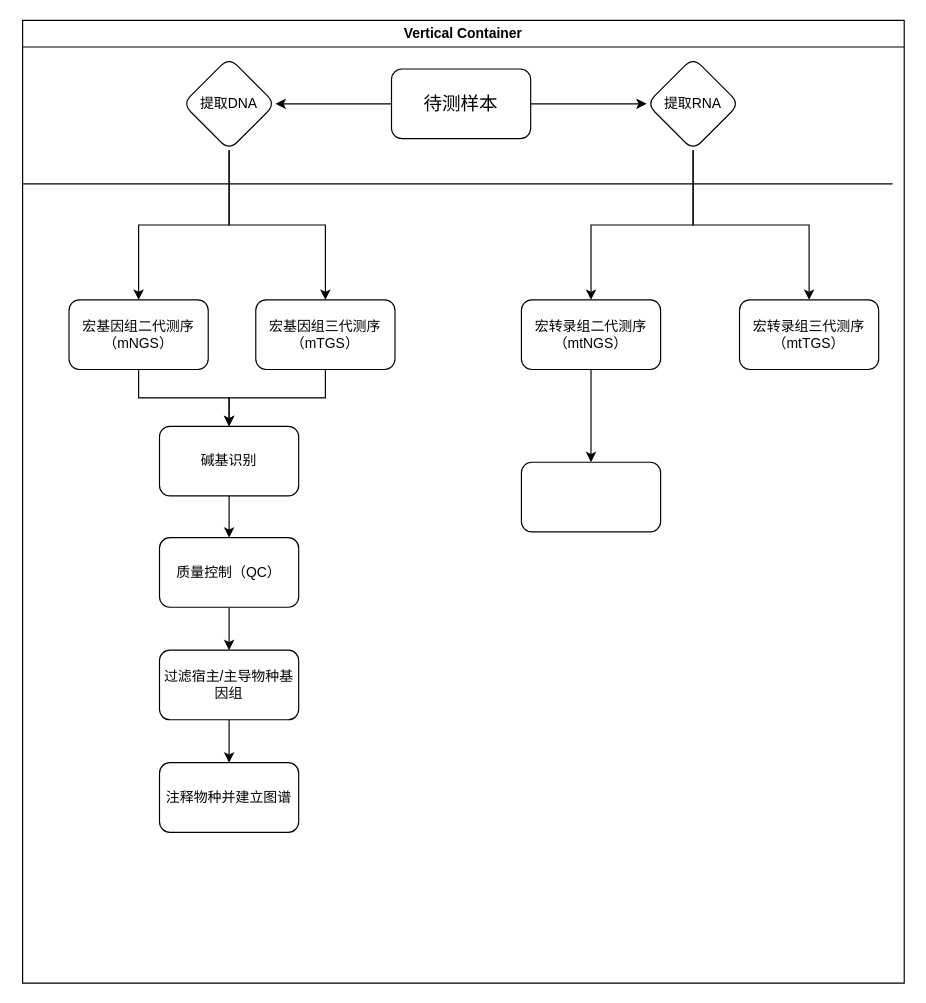
Earlier version of the draw.io diagram selective.seq.workflow.drawio (HoshinoKyouna/Github). Source tidied: cells renumbered, new cells numbered last; positions are measured from the earlier drawing's top-left corner, leaving out a move shared by most shapes. Both pictures are drawn from the tidied source at 116%, with x=0, y=0 at pixel (22, 20).
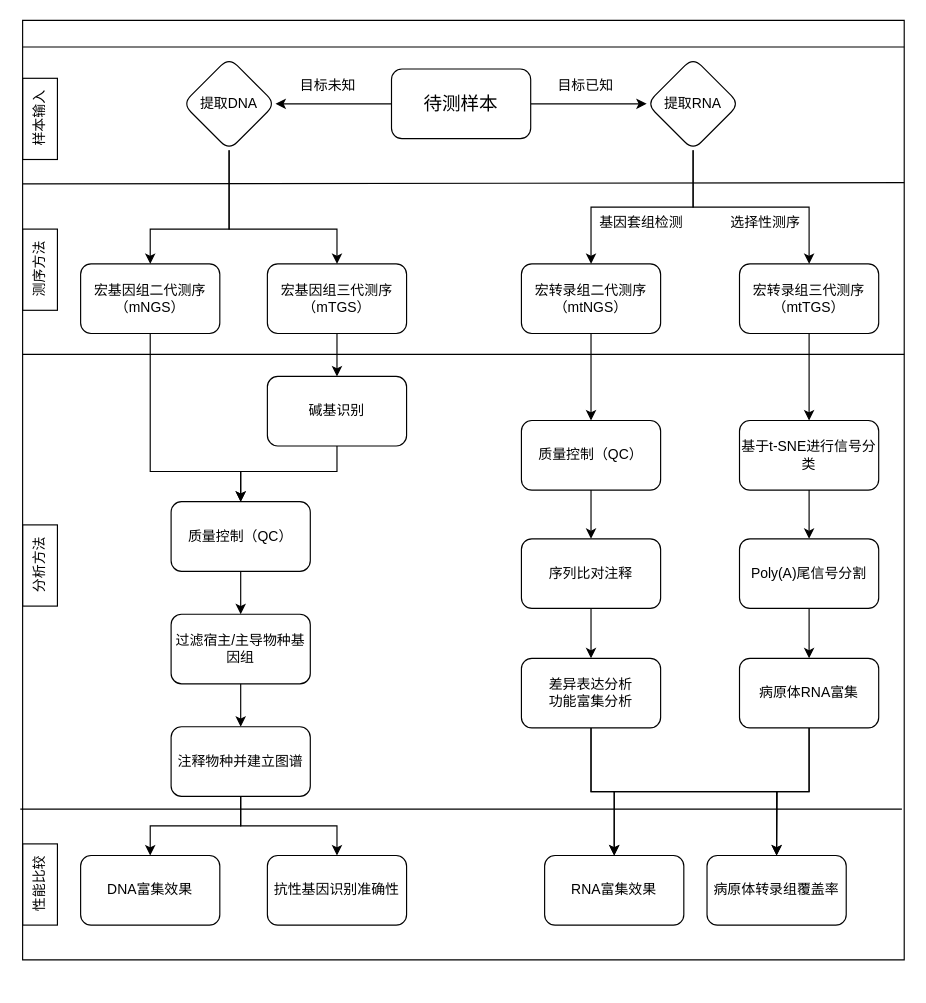
The same page after the edit.

Unchanged cells that the change refers to:
```xml
<mxCell id="8" value="&lt;span style=&quot;text-wrap: nowrap;&quot;&gt;提取DNA&lt;/span&gt;" style="rhombus;whiteSpace=wrap;html=1;rounded=1;" parent="2" vertex="1">
  <mxGeometry x="138" y="32" width="80" height="80" as="geometry" />
</mxCell>
```

Diff of the diagram source:
```diff
@@
-    <mxCell id="2" value="Vertical Container" style="swimlane;whiteSpace=wrap;html=1;" parent="1" vertex="1">
-      <mxGeometry width="760" height="830" as="geometry" />
+    <mxCell id="2" style="swimlane;whiteSpace=wrap;html=1;" parent="1" vertex="1">
+      <mxGeometry width="760" height="810" as="geometry" />
     </mxCell>
@@
-    <mxCell id="6" style="edgeStyle=orthogonalEdgeStyle;rounded=0;jettySize=auto;html=1;" parent="2" edge="1" source="8" target="13">
-      <mxGeometry relative="1" as="geometry" />
+    <mxCell id="6" style="edgeStyle=orthogonalEdgeStyle;rounded=0;jettySize=auto;html=1;entryX=0.5;entryY=0;entryDx=0;entryDy=0;" parent="2" edge="1" source="8" target="13">
+      <mxGeometry relative="1" as="geometry">
+        <Array as="points">
+          <mxPoint x="178" y="180" />
+          <mxPoint x="110" y="180" />
+        </Array>
+      </mxGeometry>
     </mxCell>
     <mxCell id="7" style="edgeStyle=orthogonalEdgeStyle;rounded=0;jettySize=auto;html=1;exitX=0.5;exitY=1;exitDx=0;exitDy=0;entryX=0.5;entryY=0;entryDx=0;entryDy=0;" parent="2" edge="1" source="8" target="15">
-      <mxGeometry relative="1" as="geometry" />
+      <mxGeometry relative="1" as="geometry">
+        <Array as="points">
+          <mxPoint x="178" y="180" />
+          <mxPoint x="271" y="180" />
+        </Array>
+      </mxGeometry>
     </mxCell>
@@
-    <mxCell id="12" style="edgeStyle=orthogonalEdgeStyle;rounded=0;jettySize=auto;html=1;" parent="2" edge="1" source="13" target="20">
-      <mxGeometry relative="1" as="geometry" />
-    </mxCell>
+    <mxCell id="28" style="edgeStyle=orthogonalEdgeStyle;rounded=0;jettySize=auto;html=1;exitX=0.5;exitY=1;exitDx=0;exitDy=0;" parent="2" edge="1" source="13" target="22">
+      <mxGeometry relative="1" as="geometry">
+        <Array as="points">
+          <mxPoint x="110" y="389" />
+          <mxPoint x="188" y="389" />
+        </Array>
+      </mxGeometry>
+    </mxCell>
     <mxCell id="13" value="宏基因组二代测序&lt;div&gt;（mNGS）&lt;/div&gt;" style="whiteSpace=wrap;html=1;rounded=1;" parent="2" vertex="1">
-      <mxGeometry x="40" y="241" width="120" height="60" as="geometry" />
+      <mxGeometry x="50" y="210" width="120" height="60" as="geometry" />
     </mxCell>
@@
     <mxCell id="15" value="宏基因组三代测序&lt;div&gt;（mTGS）&lt;/div&gt;" style="whiteSpace=wrap;html=1;rounded=1;" parent="2" vertex="1">
-      <mxGeometry x="201" y="241" width="120" height="60" as="geometry" />
+      <mxGeometry x="211" y="210" width="120" height="60" as="geometry" />
     </mxCell>
@@
     <mxCell id="17" value="宏转录组二代测序&lt;div&gt;（mtNGS）&lt;/div&gt;" style="whiteSpace=wrap;html=1;rounded=1;" parent="2" vertex="1">
-      <mxGeometry x="430" y="241" width="120" height="60" as="geometry" />
+      <mxGeometry x="430" y="210" width="120" height="60" as="geometry" />
     </mxCell>
+    <mxCell id="29" style="edgeStyle=orthogonalEdgeStyle;rounded=0;jettySize=auto;html=1;" parent="2" edge="1" source="18" target="38">
+      <mxGeometry relative="1" as="geometry" />
+    </mxCell>
     <mxCell id="18" value="宏转录组三代测序&lt;div&gt;（mtTGS）&lt;/div&gt;" style="whiteSpace=wrap;html=1;rounded=1;" parent="2" vertex="1">
-      <mxGeometry x="618" y="241" width="120" height="60" as="geometry" />
+      <mxGeometry x="618" y="210" width="120" height="60" as="geometry" />
     </mxCell>
     <mxCell id="19" style="edgeStyle=orthogonalEdgeStyle;rounded=0;jettySize=auto;html=1;" parent="2" edge="1" source="20" target="22">
-      <mxGeometry relative="1" as="geometry" />
+      <mxGeometry relative="1" as="geometry">
+        <Array as="points">
+          <mxPoint x="271" y="389" />
+          <mxPoint x="188" y="389" />
+        </Array>
+      </mxGeometry>
     </mxCell>
     <mxCell id="20" value="碱基识别" style="whiteSpace=wrap;html=1;rounded=1;" parent="2" vertex="1">
-      <mxGeometry x="118" y="350" width="120" height="60" as="geometry" />
+      <mxGeometry x="211" y="307" width="120" height="60" as="geometry" />
     </mxCell>
@@
     <mxCell id="22" value="质量控制（QC）" style="whiteSpace=wrap;html=1;rounded=1;" parent="2" vertex="1">
-      <mxGeometry x="118" y="446" width="120" height="60" as="geometry" />
+      <mxGeometry x="128" y="415" width="120" height="60" as="geometry" />
     </mxCell>
@@
     <mxCell id="24" value="过滤宿主/主导物种基因组" style="whiteSpace=wrap;html=1;rounded=1;" parent="2" vertex="1">
-      <mxGeometry x="118" y="543" width="120" height="60" as="geometry" />
+      <mxGeometry x="128" y="512" width="120" height="60" as="geometry" />
     </mxCell>
+    <mxCell id="30" style="edgeStyle=orthogonalEdgeStyle;rounded=0;jettySize=auto;html=1;exitX=0.5;exitY=1;exitDx=0;exitDy=0;entryX=0.5;entryY=0;entryDx=0;entryDy=0;" parent="2" edge="1" source="25" target="48">
+      <mxGeometry relative="1" as="geometry" />
+    </mxCell>
     <mxCell id="25" value="注释物种并建立图谱" style="whiteSpace=wrap;html=1;rounded=1;" parent="2" vertex="1">
-      <mxGeometry x="118" y="640" width="120" height="60" as="geometry" />
+      <mxGeometry x="128" y="609" width="120" height="60" as="geometry" />
     </mxCell>
+    <mxCell id="31" style="edgeStyle=orthogonalEdgeStyle;rounded=0;jettySize=auto;html=1;" parent="2" edge="1" source="26" target="33">
+      <mxGeometry relative="1" as="geometry" />
+    </mxCell>
-    <mxCell id="26" style="whiteSpace=wrap;html=1;rounded=1;" parent="2" vertex="1">
-      <mxGeometry x="430" y="381" width="120" height="60" as="geometry" />
+    <mxCell id="26" value="质量控制（QC）" style="whiteSpace=wrap;html=1;rounded=1;" parent="2" vertex="1">
+      <mxGeometry x="430" y="345" width="120" height="60" as="geometry" />
     </mxCell>
+    <mxCell id="32" style="edgeStyle=orthogonalEdgeStyle;rounded=0;jettySize=auto;html=1;" parent="2" edge="1" source="33" target="36">
+      <mxGeometry relative="1" as="geometry" />
+    </mxCell>
+    <mxCell id="33" value="序列比对注释" style="whiteSpace=wrap;html=1;rounded=1;" parent="2" vertex="1">
+      <mxGeometry x="430" y="447" width="120" height="60" as="geometry" />
+    </mxCell>
+    <mxCell id="34" style="edgeStyle=orthogonalEdgeStyle;rounded=0;jettySize=auto;html=1;" parent="2" edge="1" source="36" target="49">
+      <mxGeometry relative="1" as="geometry" />
+    </mxCell>
+    <mxCell id="35" style="edgeStyle=orthogonalEdgeStyle;rounded=0;jettySize=auto;html=1;exitX=0.5;exitY=1;exitDx=0;exitDy=0;entryX=0.5;entryY=0;entryDx=0;entryDy=0;" parent="2" edge="1" source="36" target="50">
+      <mxGeometry relative="1" as="geometry" />
+    </mxCell>
+    <mxCell id="36" value="差异表达分析&lt;div&gt;功能富集分析&lt;/div&gt;" style="whiteSpace=wrap;html=1;rounded=1;" parent="2" vertex="1">
+      <mxGeometry x="430" y="550" width="120" height="60" as="geometry" />
+    </mxCell>
+    <mxCell id="37" style="edgeStyle=orthogonalEdgeStyle;rounded=0;jettySize=auto;html=1;" parent="2" edge="1" source="38" target="40">
+      <mxGeometry relative="1" as="geometry" />
+    </mxCell>
+    <mxCell id="38" value="基于t-SNE进行信号分类" style="whiteSpace=wrap;html=1;rounded=1;" parent="2" vertex="1">
+      <mxGeometry x="618" y="345" width="120" height="60" as="geometry" />
+    </mxCell>
+    <mxCell id="39" style="edgeStyle=orthogonalEdgeStyle;rounded=0;jettySize=auto;html=1;" parent="2" edge="1" source="40" target="43">
+      <mxGeometry relative="1" as="geometry" />
+    </mxCell>
+    <mxCell id="40" value="Poly(A)尾信号分割" style="whiteSpace=wrap;html=1;rounded=1;" parent="2" vertex="1">
+      <mxGeometry x="618" y="447" width="120" height="60" as="geometry" />
+    </mxCell>
+    <mxCell id="41" style="edgeStyle=orthogonalEdgeStyle;rounded=0;jettySize=auto;html=1;exitX=0.5;exitY=1;exitDx=0;exitDy=0;entryX=0.5;entryY=0;entryDx=0;entryDy=0;" parent="2" edge="1" source="43" target="49">
+      <mxGeometry relative="1" as="geometry" />
+    </mxCell>
+    <mxCell id="42" style="edgeStyle=orthogonalEdgeStyle;rounded=0;jettySize=auto;html=1;exitX=0.5;exitY=1;exitDx=0;exitDy=0;" parent="2" edge="1" source="43">
+      <mxGeometry relative="1" as="geometry">
+        <mxPoint x="650" y="720" as="targetPoint" />
+      </mxGeometry>
+    </mxCell>
+    <mxCell id="43" value="病原体RNA富集" style="whiteSpace=wrap;html=1;rounded=1;" parent="2" vertex="1">
+      <mxGeometry x="618" y="550" width="120" height="60" as="geometry" />
+    </mxCell>
+    <mxCell id="44" value="目标未知" style="text;html=1;align=center;verticalAlign=middle;strokeColor=none;fillColor=none;" parent="2" vertex="1">
+      <mxGeometry x="228" y="42" width="70" height="30" as="geometry" />
+    </mxCell>
+    <mxCell id="45" value="目标已知" style="text;html=1;align=center;verticalAlign=middle;strokeColor=none;fillColor=none;" parent="2" vertex="1">
+      <mxGeometry x="450" y="42" width="70" height="30" as="geometry" />
+    </mxCell>
+    <mxCell id="46" value="DNA富集效果" style="rounded=1;whiteSpace=wrap;html=1;" parent="2" vertex="1">
+      <mxGeometry x="50" y="720" width="120" height="60" as="geometry" />
+    </mxCell>
+    <mxCell id="47" style="edgeStyle=orthogonalEdgeStyle;rounded=0;jettySize=auto;html=1;exitX=0.5;exitY=1;exitDx=0;exitDy=0;entryX=0.5;entryY=0;entryDx=0;entryDy=0;" parent="2" edge="1" source="25" target="46">
+      <mxGeometry relative="1" as="geometry" />
+    </mxCell>
+    <mxCell id="48" value="抗性基因识别准确性" style="rounded=1;whiteSpace=wrap;html=1;" parent="2" vertex="1">
+      <mxGeometry x="211" y="720" width="120" height="60" as="geometry" />
+    </mxCell>
+    <mxCell id="49" value="RNA富集效果" style="whiteSpace=wrap;html=1;rounded=1;" parent="2" vertex="1">
+      <mxGeometry x="450" y="720" width="120" height="60" as="geometry" />
+    </mxCell>
+    <mxCell id="50" value="病原体转录组覆盖率" style="rounded=1;whiteSpace=wrap;html=1;" parent="2" vertex="1">
+      <mxGeometry x="590" y="720" width="120" height="60" as="geometry" />
+    </mxCell>
+    <mxCell id="51" style="endArrow=none;html=1;rounded=0;exitX=0;exitY=0.25;exitDx=0;exitDy=0;entryX=1;entryY=0.25;entryDx=0;entryDy=0;" parent="2" edge="1">
+      <mxGeometry relative="1" as="geometry">
+        <mxPoint x="-2" y="680" as="sourcePoint" />
+        <mxPoint x="758" y="680" as="targetPoint" />
+      </mxGeometry>
+    </mxCell>
+    <mxCell id="52" value="样本输入" style="text;html=1;align=center;verticalAlign=middle;rotation=270;strokeColor=default;" parent="2" vertex="1">
+      <mxGeometry x="-20" y="70" width="70" height="30" as="geometry" />
+    </mxCell>
+    <mxCell id="53" value="测序方法" style="text;html=1;align=center;verticalAlign=middle;strokeColor=default;fillColor=none;rotation=270;" parent="2" vertex="1">
+      <mxGeometry x="-20" y="200" width="70" height="30" as="geometry" />
+    </mxCell>
+    <mxCell id="54" value="分析方法" style="text;html=1;align=center;verticalAlign=middle;strokeColor=default;fillColor=none;rotation=270;" parent="2" vertex="1">
+      <mxGeometry x="-20" y="455" width="70" height="30" as="geometry" />
+    </mxCell>
+    <mxCell id="55" value="性能比较" style="text;html=1;align=center;verticalAlign=middle;strokeColor=default;fillColor=none;rotation=270;" parent="2" vertex="1">
+      <mxGeometry x="-20" y="730" width="70" height="30" as="geometry" />
+    </mxCell>
+    <mxCell id="56" value="选择性测序" style="text;html=1;align=center;verticalAlign=middle;strokeColor=none;fillColor=none;" parent="2" vertex="1">
+      <mxGeometry x="600" y="160" width="80" height="30" as="geometry" />
+    </mxCell>
+    <mxCell id="57" value="基因套组检测" style="text;html=1;align=center;verticalAlign=middle;strokeColor=none;fillColor=none;" parent="2" vertex="1">
+      <mxGeometry x="483" y="160" width="100" height="30" as="geometry" />
+    </mxCell>
-    <mxCell id="27" style="endArrow=none;html=1;rounded=0;exitX=0;exitY=0.25;exitDx=0;exitDy=0;entryX=1;entryY=0.25;entryDx=0;entryDy=0;" parent="1" edge="1">
+    <mxCell id="27" style="endArrow=none;html=1;rounded=0;exitX=0;exitY=0.25;exitDx=0;exitDy=0;" parent="1" edge="1">
       <mxGeometry relative="1" as="geometry">
         <mxPoint y="141" as="sourcePoint" />
-        <mxPoint x="750" y="141" as="targetPoint" />
+        <mxPoint x="760" y="140" as="targetPoint" />
       </mxGeometry>
     </mxCell>
+    <mxCell id="58" style="endArrow=none;html=1;rounded=0;exitX=0;exitY=0.25;exitDx=0;exitDy=0;entryX=1;entryY=0.25;entryDx=0;entryDy=0;" parent="1" edge="1">
+      <mxGeometry relative="1" as="geometry">
+        <mxPoint y="288" as="sourcePoint" />
+        <mxPoint x="760" y="288" as="targetPoint" />
+      </mxGeometry>
+    </mxCell>
```
